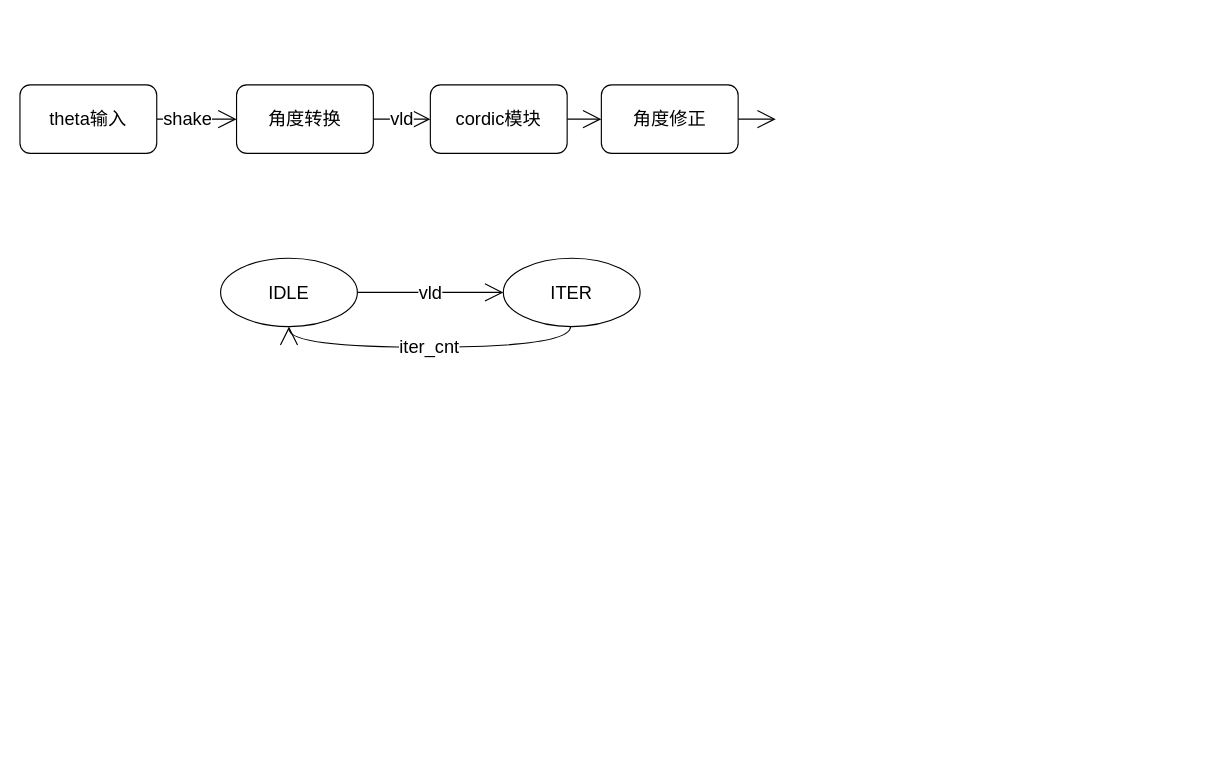
Before: page "复数生成模块" (7 of 8) of 毕设相关流程图.drawio in z1025220674/Completion_code, a draw.io diagram. Source tidied: cells renumbered, new cells numbered last; positions are measured from the earlier drawing's top-left corner, leaving out a move shared by most shapes. Both pictures are drawn from the tidied source at 114%, with x=0, y=0 at pixel (19, 84).
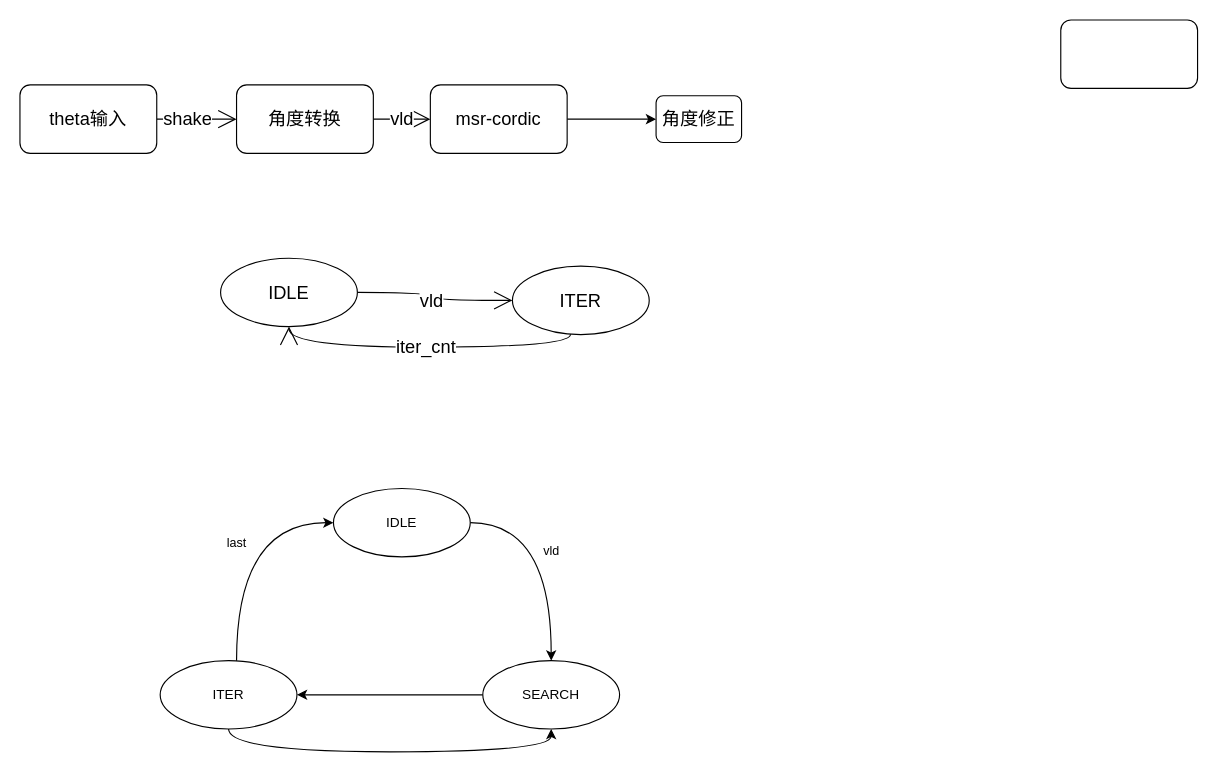
The same diagram, later.

Unchanged cells that the change refers to:
```xml
<mxCell id="4" value="theta输入" style="rounded=1;whiteSpace=wrap;html=1;fontSize=16;" parent="1" vertex="1">
  <mxGeometry width="120" height="60" as="geometry" />
</mxCell>
<mxCell id="6" value="角度转换" style="whiteSpace=wrap;html=1;fontSize=16;rounded=1;" parent="1" vertex="1">
  <mxGeometry x="190" width="120" height="60" as="geometry" />
</mxCell>
```

Change to the diagram source:
```diff
@@
-    <mxCell id="2" style="edgeStyle=orthogonalEdgeStyle;curved=1;rounded=0;jettySize=auto;html=1;fontSize=16;endArrow=open;startSize=14;endSize=14;" parent="1" edge="1" source="4" target="6">
+    <mxCell id="2" style="edgeStyle=orthogonalEdgeStyle;curved=1;rounded=1;jettySize=auto;html=1;fontSize=16;endArrow=open;startSize=14;endSize=14;" parent="1" edge="1" source="4" target="6">
       <mxGeometry relative="1" as="geometry" />
     </mxCell>
-    <mxCell id="3" value="shake&lt;br style=&quot;font-size: 16px;&quot;&gt;" style="edgeLabel;html=1;align=center;verticalAlign=middle;fontSize=16;" parent="2" vertex="1">
+    <mxCell id="3" value="shake&lt;br style=&quot;font-size: 16px;&quot;&gt;" style="edgeLabel;html=1;align=center;verticalAlign=middle;fontSize=16;rounded=1;" parent="2" vertex="1">
       <mxGeometry x="-0.25" y="1" relative="1" as="geometry" />
     </mxCell>
@@
-    <mxCell id="5" value="vld" style="edgeStyle=orthogonalEdgeStyle;curved=1;rounded=0;jettySize=auto;html=1;fontSize=16;endArrow=open;startSize=14;endSize=14;" parent="1" edge="1" source="6" target="8">
+    <mxCell id="5" value="vld" style="edgeStyle=orthogonalEdgeStyle;curved=1;rounded=1;jettySize=auto;html=1;fontSize=16;endArrow=open;startSize=14;endSize=14;" parent="1" edge="1" source="6" target="8">
       <mxGeometry relative="1" as="geometry" />
     </mxCell>
@@
-    <mxCell id="7" style="edgeStyle=orthogonalEdgeStyle;curved=1;rounded=0;jettySize=auto;html=1;fontSize=16;endArrow=open;startSize=14;endSize=14;" parent="1" edge="1" source="8" target="10">
+    <mxCell id="7" style="edgeStyle=orthogonalEdgeStyle;rounded=0;jettySize=auto;html=1;" parent="1" edge="1" source="8" target="10">
       <mxGeometry relative="1" as="geometry" />
     </mxCell>
-    <mxCell id="8" value="cordic模块" style="whiteSpace=wrap;html=1;fontSize=16;rounded=1;" parent="1" vertex="1">
+    <mxCell id="8" value="msr-cordic" style="whiteSpace=wrap;html=1;fontSize=16;rounded=1;" parent="1" vertex="1">
       <mxGeometry x="360" width="120" height="60" as="geometry" />
     </mxCell>
-    <mxCell id="9" style="edgeStyle=orthogonalEdgeStyle;curved=1;rounded=0;jettySize=auto;html=1;fontSize=16;endArrow=open;startSize=14;endSize=14;" parent="1" edge="1" source="10">
-      <mxGeometry relative="1" as="geometry">
-        <mxPoint x="663" y="30" as="targetPoint" />
-      </mxGeometry>
-    </mxCell>
-    <mxCell id="10" value="角度修正" style="whiteSpace=wrap;html=1;fontSize=16;rounded=1;" parent="1" vertex="1">
-      <mxGeometry x="510" width="120" height="60" as="geometry" />
-    </mxCell>
-    <mxCell id="11" value="vld" style="edgeStyle=orthogonalEdgeStyle;curved=1;rounded=0;jettySize=auto;html=1;fontSize=16;endArrow=open;startSize=14;endSize=14;" parent="1" edge="1" source="12" target="14">
+    <mxCell id="11" value="vld" style="edgeStyle=orthogonalEdgeStyle;curved=1;rounded=1;jettySize=auto;html=1;fontSize=16;endArrow=open;startSize=14;endSize=14;" parent="1" edge="1" source="12" target="14">
       <mxGeometry relative="1" as="geometry" />
     </mxCell>
-    <mxCell id="12" value="IDLE&lt;br&gt;" style="ellipse;whiteSpace=wrap;html=1;fontSize=16;" parent="1" vertex="1">
+    <mxCell id="12" value="IDLE&lt;br&gt;" style="ellipse;whiteSpace=wrap;html=1;fontSize=16;rounded=1;" parent="1" vertex="1">
       <mxGeometry x="176" y="152" width="120" height="60" as="geometry" />
     </mxCell>
-    <mxCell id="13" value="iter_cnt" style="edgeStyle=orthogonalEdgeStyle;curved=1;rounded=0;jettySize=auto;html=1;entryX=0.5;entryY=1;entryDx=0;entryDy=0;fontSize=16;endArrow=open;startSize=14;endSize=14;" parent="1" edge="1" source="14" target="12">
+    <mxCell id="13" value="iter_cnt" style="edgeStyle=orthogonalEdgeStyle;curved=1;rounded=1;jettySize=auto;html=1;entryX=0.5;entryY=1;entryDx=0;entryDy=0;fontSize=16;endArrow=open;startSize=14;endSize=14;" parent="1" edge="1" source="14" target="12">
       <mxGeometry relative="1" as="geometry">
         <Array as="points">
           <mxPoint x="483" y="230" />
           <mxPoint x="236" y="230" />
         </Array>
       </mxGeometry>
     </mxCell>
-    <mxCell id="14" value="ITER" style="ellipse;whiteSpace=wrap;html=1;fontSize=16;" parent="1" vertex="1">
-      <mxGeometry x="424" y="152" width="120" height="60" as="geometry" />
+    <mxCell id="14" value="ITER" style="ellipse;whiteSpace=wrap;html=1;fontSize=16;rounded=1;" parent="1" vertex="1">
+      <mxGeometry x="432" y="159" width="120" height="60" as="geometry" />
     </mxCell>
+    <mxCell id="15" value="vld" style="edgeStyle=orthogonalEdgeStyle;rounded=1;jettySize=auto;html=1;curved=1;" parent="1" edge="1" source="16" target="18">
+      <mxGeometry relative="1" as="geometry" />
+    </mxCell>
+    <mxCell id="16" value="IDLE" style="ellipse;whiteSpace=wrap;html=1;rounded=1;" parent="1" vertex="1">
+      <mxGeometry x="275" y="354" width="120" height="60" as="geometry" />
+    </mxCell>
+    <mxCell id="17" style="edgeStyle=orthogonalEdgeStyle;rounded=1;jettySize=auto;html=1;curved=1;" parent="1" edge="1" source="18" target="21">
+      <mxGeometry relative="1" as="geometry" />
+    </mxCell>
+    <mxCell id="18" value="SEARCH" style="ellipse;whiteSpace=wrap;html=1;rounded=1;" parent="1" vertex="1">
+      <mxGeometry x="406" y="505" width="120" height="60" as="geometry" />
+    </mxCell>
+    <mxCell id="19" value="last" style="edgeStyle=orthogonalEdgeStyle;curved=1;rounded=1;jettySize=auto;html=1;entryX=0;entryY=0.5;entryDx=0;entryDy=0;" parent="1" edge="1" source="21" target="16">
+      <mxGeometry relative="1" as="geometry">
+        <Array as="points">
+          <mxPoint x="190" y="384" />
+        </Array>
+      </mxGeometry>
+    </mxCell>
+    <mxCell id="20" style="edgeStyle=orthogonalEdgeStyle;rounded=1;jettySize=auto;html=1;entryX=0.5;entryY=1;entryDx=0;entryDy=0;exitX=0.5;exitY=1;exitDx=0;exitDy=0;curved=1;" parent="1" edge="1" source="21" target="18">
+      <mxGeometry relative="1" as="geometry" />
+    </mxCell>
+    <mxCell id="21" value="ITER" style="ellipse;whiteSpace=wrap;html=1;rounded=1;" parent="1" vertex="1">
+      <mxGeometry x="123" y="505" width="120" height="60" as="geometry" />
+    </mxCell>
+    <mxCell id="10" value="角度修正" style="whiteSpace=wrap;html=1;fontSize=16;rounded=1;" parent="1" vertex="1">
+      <mxGeometry x="558" y="9.5" width="75" height="41" as="geometry" />
+    </mxCell>
+    <mxCell id="22" style="rounded=1;whiteSpace=wrap;html=1;fontSize=16;" parent="1" vertex="1">
+      <mxGeometry x="913" y="-57" width="120" height="60" as="geometry" />
+    </mxCell>
```
